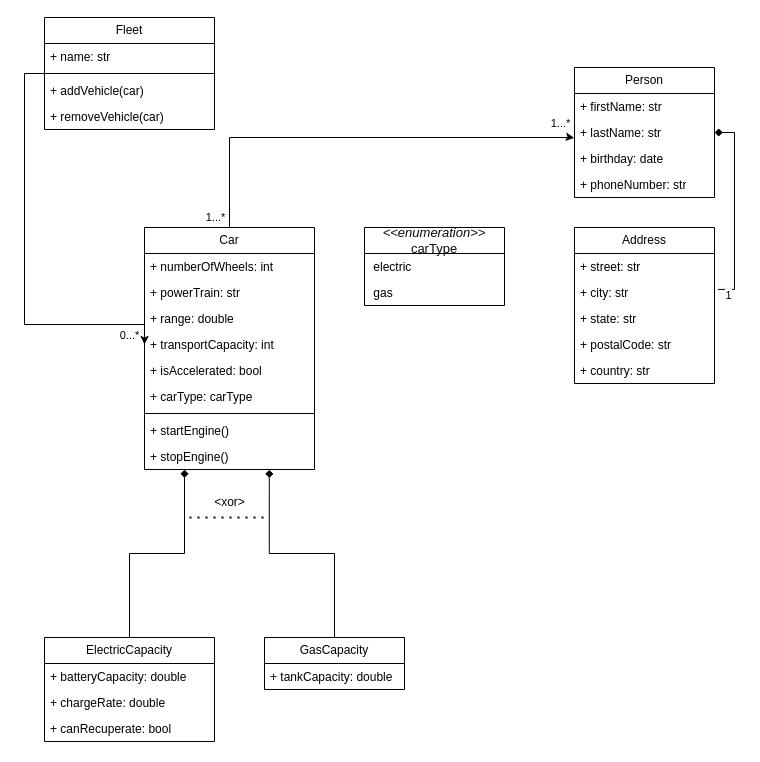
Earlier version of the draw.io diagram UML.drawio (adriennhorvath/architecture). Source tidied: cells renumbered, new cells numbered last; positions are measured from the earlier drawing's top-left corner, leaving out a move shared by most shapes. Both pictures are drawn from the tidied source at 100%, with x=0, y=0 at pixel (24, 17).
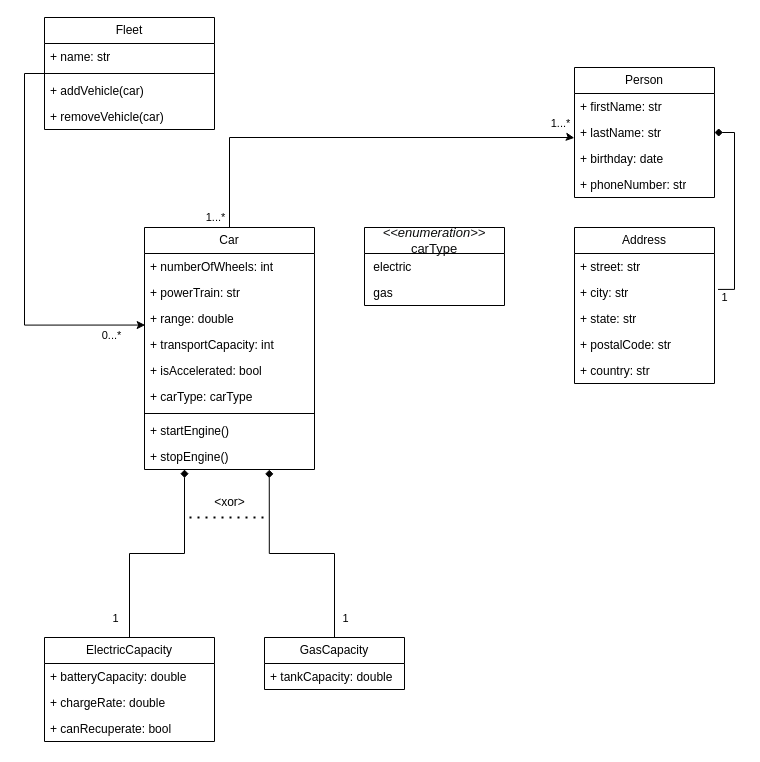
After the change.

The change refers to these unchanged cells:
```xml
<mxCell id="4" value="Fleet" style="swimlane;fontStyle=0;horizontal=1;startSize=26;fillColor=none;whiteSpace=wrap;html=1;" parent="1" vertex="1">
  <mxGeometry x="20" width="170" height="112" as="geometry" />
</mxCell>
<mxCell id="9" style="edgeStyle=orthogonalEdgeStyle;rounded=0;jettySize=auto;html=1;entryX=0.5;entryY=0;entryDx=0;entryDy=0;endArrow=none;endFill=1;startArrow=diamond;startFill=1;" parent="1" edge="1" source="14" target="40">
  <mxGeometry relative="1" as="geometry">
    <Array as="points">
      <mxPoint x="160" y="536" />
      <mxPoint x="105" y="536" />
    </Array>
  </mxGeometry>
</mxCell>
<mxCell id="13" style="edgeStyle=orthogonalEdgeStyle;rounded=0;jettySize=auto;html=1;entryX=0.5;entryY=0;entryDx=0;entryDy=0;exitX=0.734;exitY=1.007;exitDx=0;exitDy=0;exitPerimeter=0;startArrow=diamond;startFill=1;endArrow=none;" parent="1" edge="1" source="23" target="44">
  <mxGeometry relative="1" as="geometry" />
</mxCell>
<mxCell id="17" value="+ range: double" style="text;strokeColor=none;fillColor=none;align=left;verticalAlign=top;spacingLeft=4;spacingRight=4;overflow=hidden;points=[[0,0.5],[1,0.5]];portConstraint=eastwest;whiteSpace=wrap;html=1;" parent="14" vertex="1">
  <mxGeometry y="78" width="170" height="26" as="geometry" />
</mxCell>
<mxCell id="18" value="+ transportCapacity: int" style="text;strokeColor=none;fillColor=none;align=left;verticalAlign=top;spacingLeft=4;spacingRight=4;overflow=hidden;points=[[0,0.5],[1,0.5]];portConstraint=eastwest;whiteSpace=wrap;html=1;" parent="14" vertex="1">
  <mxGeometry y="104" width="170" height="26" as="geometry" />
</mxCell>
<mxCell id="38" style="edgeStyle=orthogonalEdgeStyle;rounded=0;jettySize=auto;html=1;exitX=1;exitY=0.5;exitDx=0;exitDy=0;entryX=1.025;entryY=0.382;entryDx=0;entryDy=0;entryPerimeter=0;endArrow=none;startFill=1;startArrow=diamond;" parent="1" edge="1" source="27" target="34">
  <mxGeometry relative="1" as="geometry" />
</mxCell>
```

Diff of the diagram source:
```diff
@@
-    <mxCell id="2" style="edgeStyle=orthogonalEdgeStyle;rounded=0;jettySize=auto;html=1;entryX=0;entryY=0.5;entryDx=0;entryDy=0;" parent="1" edge="1" source="4" target="18">
+    <mxCell id="2" style="edgeStyle=orthogonalEdgeStyle;rounded=0;jettySize=auto;html=1;entryX=0.004;entryY=0.752;entryDx=0;entryDy=0;entryPerimeter=0;" parent="1" edge="1" source="4" target="17">
       <mxGeometry relative="1" as="geometry">
         <Array as="points">
           <mxPoint y="56" />
-          <mxPoint y="307" />
+          <mxPoint y="308" />
         </Array>
       </mxGeometry>
     </mxCell>
@@
+    <mxCell id="48" value="1" style="edgeLabel;html=1;align=center;verticalAlign=middle;" parent="9" vertex="1">
+      <mxGeometry x="0.82" y="2" relative="1" as="geometry">
+        <mxPoint x="-17" as="offset" />
+      </mxGeometry>
+    </mxCell>
@@
+    <mxCell id="49" value="1" style="edgeLabel;html=1;align=center;verticalAlign=middle;" parent="13" vertex="1">
+      <mxGeometry x="0.84" relative="1" as="geometry">
+        <mxPoint x="10" as="offset" />
+      </mxGeometry>
+    </mxCell>
@@
     <mxCell id="39" value="1" style="edgeLabel;html=1;align=center;verticalAlign=middle;" parent="38" vertex="1">
       <mxGeometry x="0.89" y="-1" relative="1" as="geometry">
-        <mxPoint y="7" as="offset" />
+        <mxPoint x="-4" y="9" as="offset" />
       </mxGeometry>
     </mxCell>
```
